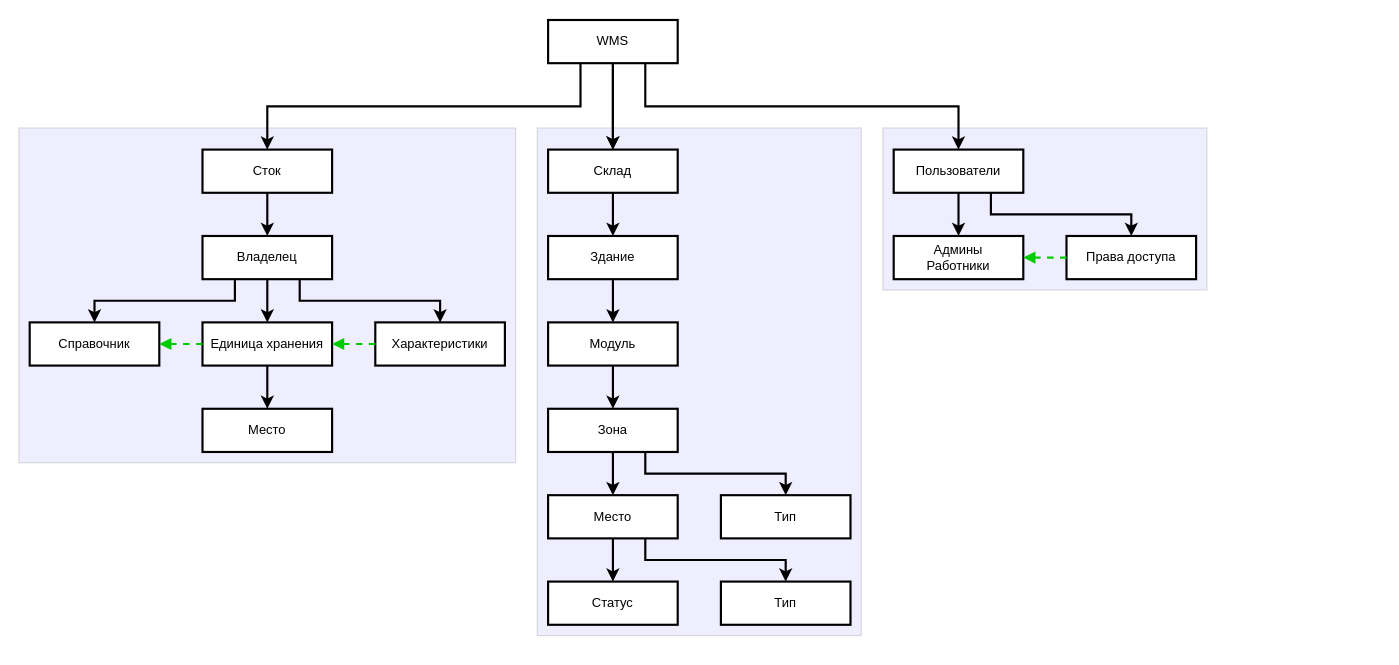
Above: 1.drawio in denamed/HutWMS (draw.io), before the change. Source tidied: cells renumbered, new cells numbered last; positions are measured from the earlier drawing's top-left corner, leaving out a move shared by most shapes. Both pictures are drawn from the tidied source at 108%, with x=0, y=0 at pixel (18, 19).
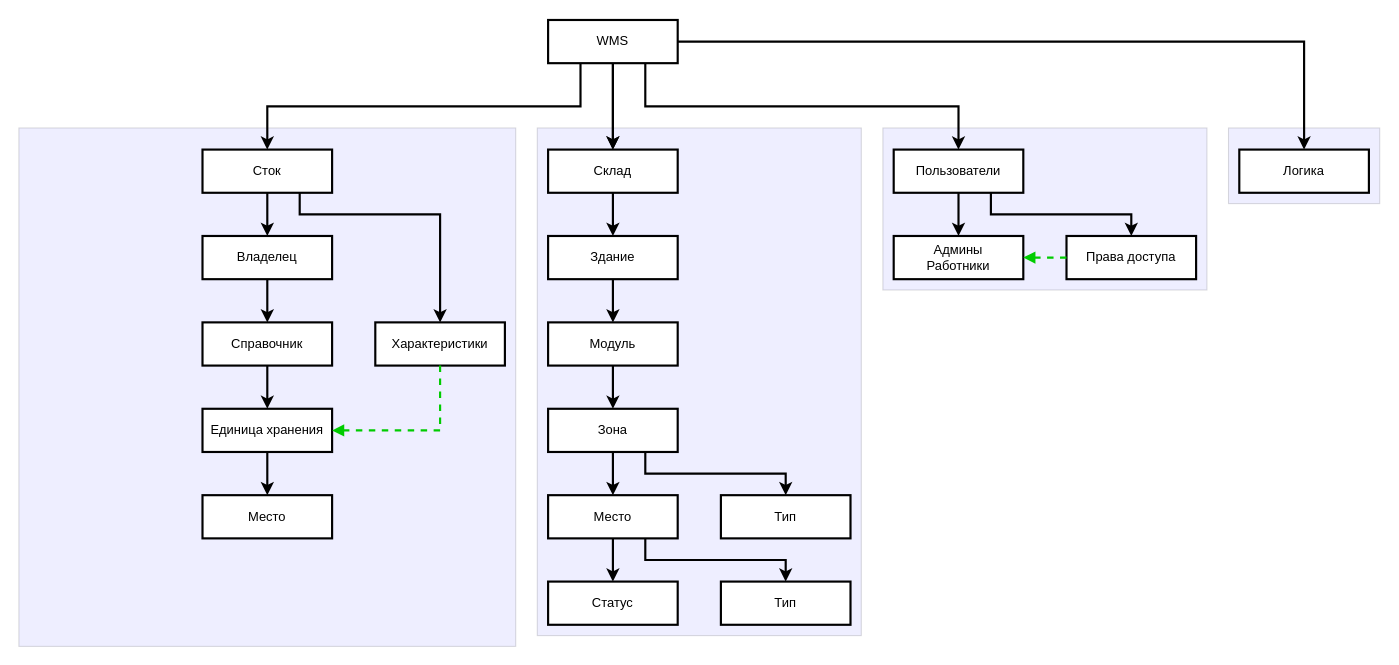
After the change.

Unchanged cells that the change refers to:
```xml
<mxCell id="9" value="WMS" style="rounded=0;whiteSpace=wrap;html=1;strokeWidth=2;" parent="1" vertex="1">
  <mxGeometry x="490" width="120" height="40" as="geometry" />
</mxCell>
<mxCell id="13" value="Сток" style="rounded=0;whiteSpace=wrap;html=1;strokeWidth=2;" parent="1" vertex="1">
  <mxGeometry x="170" y="120" width="120" height="40" as="geometry" />
</mxCell>
<mxCell id="32" value="Владелец" style="rounded=0;whiteSpace=wrap;html=1;strokeWidth=2;" parent="1" vertex="1">
  <mxGeometry x="170" y="200" width="120" height="40" as="geometry" />
</mxCell>
<mxCell id="33" value="Характеристики" style="rounded=0;whiteSpace=wrap;html=1;strokeWidth=2;" parent="1" vertex="1">
  <mxGeometry x="330" y="280" width="120" height="40" as="geometry" />
</mxCell>
```

The edit, as a diff of the source:
```diff
@@
+    <mxCell id="44" style="rounded=0;whiteSpace=wrap;html=1;fillColor=#CCCCFF;strokeWidth=1;strokeColor=#909099;opacity=33;" parent="1" vertex="1">
+      <mxGeometry x="1120" y="100" width="140" height="70" as="geometry" />
+    </mxCell>
     <mxCell id="2" style="rounded=0;whiteSpace=wrap;html=1;fillColor=#CCCCFF;strokeWidth=1;strokeColor=#909099;opacity=33;" parent="1" vertex="1">
-      <mxGeometry y="100" width="460" height="310" as="geometry" />
+      <mxGeometry y="100" width="460" height="480" as="geometry" />
     </mxCell>
@@
+    <mxCell id="45" style="edgeStyle=orthogonalEdgeStyle;rounded=0;jettySize=auto;html=1;strokeWidth=2;" parent="1" edge="1" source="9" target="47">
+      <mxGeometry relative="1" as="geometry" />
+    </mxCell>
@@
-    <mxCell id="29" style="edgeStyle=orthogonalEdgeStyle;rounded=0;jettySize=auto;html=1;entryX=0.5;entryY=0;entryDx=0;entryDy=0;exitX=0.75;exitY=1;exitDx=0;exitDy=0;strokeWidth=2;" parent="1" edge="1" source="32" target="33">
-      <mxGeometry relative="1" as="geometry" />
+    <mxCell id="29" style="edgeStyle=orthogonalEdgeStyle;rounded=0;jettySize=auto;html=1;entryX=0.5;entryY=0;entryDx=0;entryDy=0;exitX=0.75;exitY=1;exitDx=0;exitDy=0;strokeWidth=2;" parent="1" edge="1" source="13" target="33">
+      <mxGeometry relative="1" as="geometry">
+        <Array as="points">
+          <mxPoint x="260" y="180" />
+          <mxPoint x="390" y="180" />
+        </Array>
+      </mxGeometry>
     </mxCell>
-    <mxCell id="30" style="edgeStyle=orthogonalEdgeStyle;rounded=0;jettySize=auto;html=1;exitX=0.25;exitY=1;exitDx=0;exitDy=0;entryX=0.5;entryY=0;entryDx=0;entryDy=0;strokeWidth=2;" parent="1" edge="1" source="32" target="35">
+    <mxCell id="30" style="edgeStyle=orthogonalEdgeStyle;rounded=0;jettySize=auto;html=1;exitX=0.5;exitY=1;exitDx=0;exitDy=0;entryX=0.5;entryY=0;entryDx=0;entryDy=0;strokeWidth=2;" parent="1" edge="1" source="32" target="35">
       <mxGeometry relative="1" as="geometry" />
     </mxCell>
-    <mxCell id="31" style="edgeStyle=orthogonalEdgeStyle;rounded=0;jettySize=auto;html=1;exitX=0.5;exitY=1;exitDx=0;exitDy=0;entryX=0.5;entryY=0;entryDx=0;entryDy=0;strokeWidth=2;" parent="1" edge="1" source="32" target="34">
-      <mxGeometry relative="1" as="geometry" />
-    </mxCell>
@@
     <mxCell id="34" value="Единица хранения" style="rounded=0;whiteSpace=wrap;html=1;strokeWidth=2;" parent="1" vertex="1">
-      <mxGeometry x="170" y="280" width="120" height="40" as="geometry" />
+      <mxGeometry x="170" y="360" width="120" height="40" as="geometry" />
     </mxCell>
+    <mxCell id="46" style="edgeStyle=orthogonalEdgeStyle;rounded=0;jettySize=auto;html=1;exitX=0.5;exitY=1;exitDx=0;exitDy=0;entryX=0.5;entryY=0;entryDx=0;entryDy=0;strokeWidth=2;" parent="1" edge="1" source="35" target="34">
+      <mxGeometry relative="1" as="geometry" />
+    </mxCell>
     <mxCell id="35" value="Справочник" style="rounded=0;whiteSpace=wrap;html=1;strokeWidth=2;" parent="1" vertex="1">
-      <mxGeometry x="10" y="280" width="120" height="40" as="geometry" />
+      <mxGeometry x="170" y="280" width="120" height="40" as="geometry" />
     </mxCell>
@@
-    <mxCell id="40" style="endArrow=block;html=1;rounded=0;strokeColor=#00CC00;strokeWidth=2;exitX=0;exitY=0.5;exitDx=0;exitDy=0;entryX=1;entryY=0.5;entryDx=0;entryDy=0;dashed=1;" parent="1" edge="1" source="33" target="34">
+    <mxCell id="40" style="endArrow=block;html=1;rounded=0;strokeColor=#00CC00;strokeWidth=2;exitX=0.5;exitY=1;exitDx=0;exitDy=0;entryX=1;entryY=0.5;entryDx=0;entryDy=0;dashed=1;edgeStyle=orthogonalEdgeStyle;" parent="1" edge="1" source="33" target="34">
       <mxGeometry relative="1" as="geometry" />
     </mxCell>
-    <mxCell id="41" style="endArrow=block;html=1;rounded=0;strokeColor=#00CC00;strokeWidth=2;exitX=0;exitY=0.5;exitDx=0;exitDy=0;entryX=1;entryY=0.5;entryDx=0;entryDy=0;dashed=1;" parent="1" edge="1" source="34" target="35">
-      <mxGeometry relative="1" as="geometry" />
-    </mxCell>
     <mxCell id="42" value="Место" style="rounded=0;whiteSpace=wrap;html=1;strokeWidth=2;" parent="1" vertex="1">
-      <mxGeometry x="170" y="360" width="120" height="40" as="geometry" />
+      <mxGeometry x="170" y="440" width="120" height="40" as="geometry" />
     </mxCell>
@@
+    <mxCell id="47" value="Логика" style="rounded=0;whiteSpace=wrap;html=1;strokeWidth=2;" parent="1" vertex="1">
+      <mxGeometry x="1130" y="120" width="120" height="40" as="geometry" />
+    </mxCell>
```
